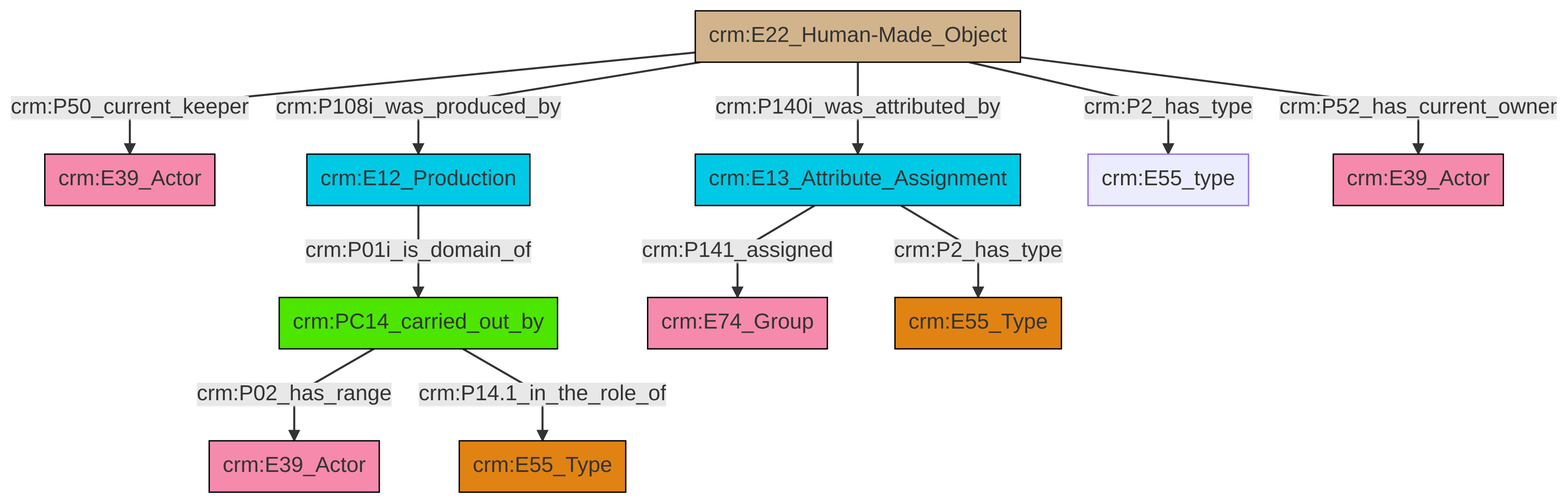
swiss-art-research-net/reference-data-models keeps this Mermaid diagram as et/artworkCSV/ttl/mmd/png/Artwork_Actor_Relations.png. Above is the earlier version. Its source is kept beside it as et/artworkCSV/ttl/mmd/Artwork_Actor_Relations.ttl.mmd.
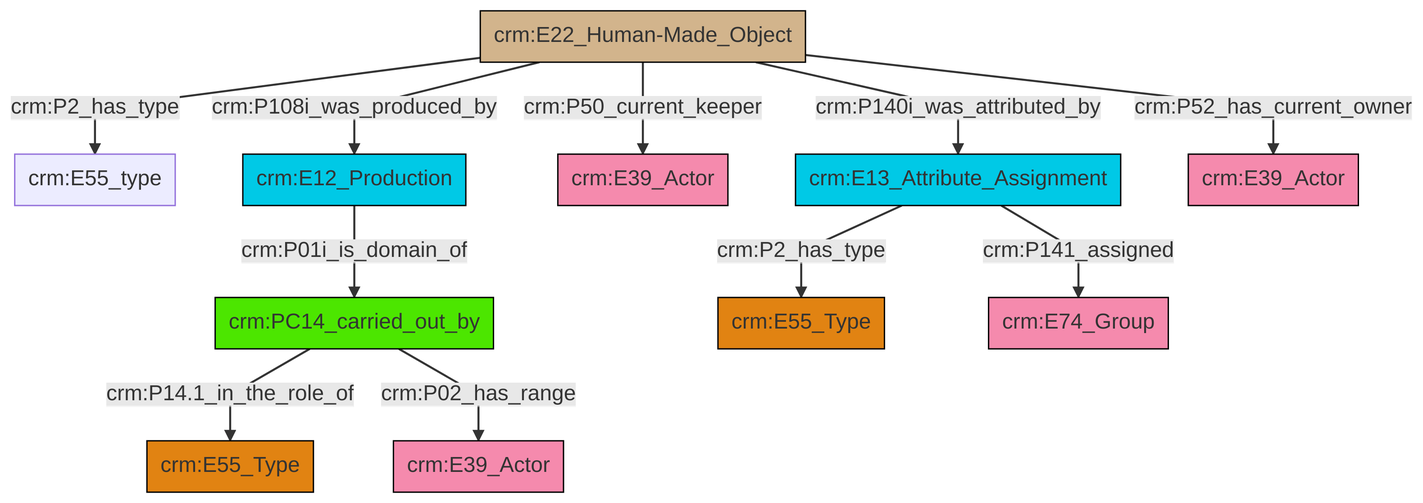
After the commit.

What changed in the source:
```diff
@@ -13,13 +13,13 @@
 classDef PC_Classes fill:#4ce600, stroke:#000000;
 classDef Multi fill:#cccccc,stroke:#000000;
 
-8["crm:E13_Attribute_Assignment"]:::Temporal_Entity -->|crm:P141_assigned| 9["crm:E74_Group"]:::Actor
-2["crm:PC14_carried_out_by"]:::PC_Classes -->|crm:P02_has_range| 10["crm:E39_Actor"]:::Actor
-0["crm:E22_Human-Made_Object"]:::Physical_Thing -->|crm:P2_has_type| 11["crm:E55_type"]:::Default
-0["crm:E22_Human-Made_Object"]:::Physical_Thing -->|crm:P140i_was_attributed_by| 8["crm:E13_Attribute_Assignment"]:::Temporal_Entity
-2["crm:PC14_carried_out_by"]:::PC_Classes -->|crm:P14.1_in_the_role_of| 17["crm:E55_Type"]:::Type
-0["crm:E22_Human-Made_Object"]:::Physical_Thing -->|crm:P108i_was_produced_by| 6["crm:E12_Production"]:::Temporal_Entity
-0["crm:E22_Human-Made_Object"]:::Physical_Thing -->|crm:P50_current_keeper| 4["crm:E39_Actor"]:::Actor
-0["crm:E22_Human-Made_Object"]:::Physical_Thing -->|crm:P52_has_current_owner| 12["crm:E39_Actor"]:::Actor
-6["crm:E12_Production"]:::Temporal_Entity -->|crm:P01i_is_domain_of| 2["crm:PC14_carried_out_by"]:::PC_Classes
-8["crm:E13_Attribute_Assignment"]:::Temporal_Entity -->|crm:P2_has_type| 14["crm:E55_Type"]:::Type
+0["crm:PC14_carried_out_by"]:::PC_Classes -->|crm:P14.1_in_the_role_of| 1["crm:E55_Type"]:::Type
+0["crm:PC14_carried_out_by"]:::PC_Classes -->|crm:P02_has_range| 4["crm:E39_Actor"]:::Actor
+5["crm:E13_Attribute_Assignment"]:::Temporal_Entity -->|crm:P2_has_type| 6["crm:E55_Type"]:::Type
+12["crm:E12_Production"]:::Temporal_Entity -->|crm:P01i_is_domain_of| 0["crm:PC14_carried_out_by"]:::PC_Classes
+5["crm:E13_Attribute_Assignment"]:::Temporal_Entity -->|crm:P141_assigned| 14["crm:E74_Group"]:::Actor
+7["crm:E22_Human-Made_Object"]:::Physical_Thing -->|crm:P108i_was_produced_by| 12["crm:E12_Production"]:::Temporal_Entity
+7["crm:E22_Human-Made_Object"]:::Physical_Thing -->|crm:P50_current_keeper| 10["crm:E39_Actor"]:::Actor
+7["crm:E22_Human-Made_Object"]:::Physical_Thing -->|crm:P52_has_current_owner| 17["crm:E39_Actor"]:::Actor
+7["crm:E22_Human-Made_Object"]:::Physical_Thing -->|crm:P2_has_type| 2["crm:E55_type"]:::Default
+7["crm:E22_Human-Made_Object"]:::Physical_Thing -->|crm:P140i_was_attributed_by| 5["crm:E13_Attribute_Assignment"]:::Temporal_Entity
```
